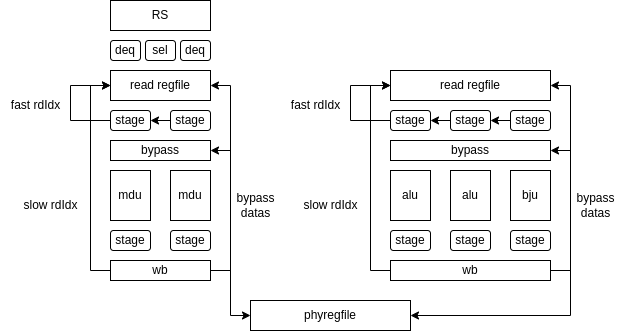
The draw.io diagram doc/issue.drawio.png in tastynoob/aura-core, before a commit. Source tidied: cells renumbered, new cells last; positions are measured from the earlier drawing's top-left corner, leaving out a move shared by most shapes. Source of this version:
```xml
<mxGraphModel>
  <root>
    <mxCell id="0" />
    <mxCell id="1" parent="0" />
    <mxCell id="2" value="alu" style="rounded=0;whiteSpace=wrap;html=1;" parent="1" vertex="1">
      <mxGeometry x="390" y="170" width="40" height="50" as="geometry" />
    </mxCell>
    <mxCell id="3" style="edgeStyle=none;rounded=0;html=1;exitX=0;exitY=0.5;exitDx=0;exitDy=0;entryX=0;entryY=0.5;entryDx=0;entryDy=0;" parent="1" edge="1" source="4" target="20">
      <mxGeometry relative="1" as="geometry">
        <Array as="points">
          <mxPoint x="350" y="120" />
          <mxPoint x="350" y="85" />
        </Array>
      </mxGeometry>
    </mxCell>
    <mxCell id="4" value="stage" style="rounded=1;whiteSpace=wrap;html=1;" parent="1" vertex="1">
      <mxGeometry x="390" y="110" width="40" height="20" as="geometry" />
    </mxCell>
    <mxCell id="5" value="stage" style="rounded=1;whiteSpace=wrap;html=1;" parent="1" vertex="1">
      <mxGeometry x="390" y="230" width="40" height="20" as="geometry" />
    </mxCell>
    <mxCell id="6" value="alu" style="rounded=0;whiteSpace=wrap;html=1;" parent="1" vertex="1">
      <mxGeometry x="450" y="170" width="40" height="50" as="geometry" />
    </mxCell>
    <mxCell id="7" style="edgeStyle=none;rounded=0;html=1;entryX=1;entryY=0.5;entryDx=0;entryDy=0;" parent="1" edge="1" source="8" target="4">
      <mxGeometry relative="1" as="geometry" />
    </mxCell>
    <mxCell id="8" value="stage" style="rounded=1;whiteSpace=wrap;html=1;" parent="1" vertex="1">
      <mxGeometry x="450" y="110" width="40" height="20" as="geometry" />
    </mxCell>
    <mxCell id="9" value="stage" style="rounded=1;whiteSpace=wrap;html=1;" parent="1" vertex="1">
      <mxGeometry x="450" y="230" width="40" height="20" as="geometry" />
    </mxCell>
    <mxCell id="10" value="bypass" style="rounded=0;whiteSpace=wrap;html=1;" parent="1" vertex="1">
      <mxGeometry x="390" y="140" width="160" height="20" as="geometry" />
    </mxCell>
    <mxCell id="11" value="bju" style="rounded=0;whiteSpace=wrap;html=1;" parent="1" vertex="1">
      <mxGeometry x="510" y="170" width="40" height="50" as="geometry" />
    </mxCell>
    <mxCell id="12" style="edgeStyle=none;rounded=0;html=1;entryX=1;entryY=0.5;entryDx=0;entryDy=0;" parent="1" edge="1" source="13" target="8">
      <mxGeometry relative="1" as="geometry" />
    </mxCell>
    <mxCell id="13" value="stage" style="rounded=1;whiteSpace=wrap;html=1;" parent="1" vertex="1">
      <mxGeometry x="510" y="110" width="40" height="20" as="geometry" />
    </mxCell>
    <mxCell id="14" value="stage" style="rounded=1;whiteSpace=wrap;html=1;" parent="1" vertex="1">
      <mxGeometry x="510" y="230" width="40" height="20" as="geometry" />
    </mxCell>
    <mxCell id="15" style="edgeStyle=none;html=1;exitX=1;exitY=0.5;exitDx=0;exitDy=0;entryX=1;entryY=0.5;entryDx=0;entryDy=0;rounded=0;" parent="1" edge="1" source="19" target="10">
      <mxGeometry relative="1" as="geometry">
        <Array as="points">
          <mxPoint x="570" y="270" />
          <mxPoint x="570" y="150" />
        </Array>
      </mxGeometry>
    </mxCell>
    <mxCell id="16" style="edgeStyle=none;rounded=0;html=1;exitX=1;exitY=0.5;exitDx=0;exitDy=0;entryX=1;entryY=0.5;entryDx=0;entryDy=0;" parent="1" edge="1" source="19" target="20">
      <mxGeometry relative="1" as="geometry">
        <Array as="points">
          <mxPoint x="570" y="270" />
          <mxPoint x="570" y="85" />
        </Array>
      </mxGeometry>
    </mxCell>
    <mxCell id="17" style="edgeStyle=none;rounded=0;html=1;exitX=0;exitY=0.5;exitDx=0;exitDy=0;entryX=0;entryY=0.5;entryDx=0;entryDy=0;" parent="1" edge="1" source="19" target="20">
      <mxGeometry relative="1" as="geometry">
        <Array as="points">
          <mxPoint x="370" y="270" />
          <mxPoint x="370" y="85" />
        </Array>
      </mxGeometry>
    </mxCell>
    <mxCell id="18" style="edgeStyle=none;rounded=0;html=1;entryX=1;entryY=0.5;entryDx=0;entryDy=0;exitX=1;exitY=0.5;exitDx=0;exitDy=0;" parent="1" edge="1" source="19" target="42">
      <mxGeometry relative="1" as="geometry">
        <Array as="points">
          <mxPoint x="570" y="270" />
          <mxPoint x="570" y="315" />
        </Array>
      </mxGeometry>
    </mxCell>
    <mxCell id="19" value="wb" style="rounded=0;whiteSpace=wrap;html=1;" parent="1" vertex="1">
      <mxGeometry x="390" y="260" width="160" height="20" as="geometry" />
    </mxCell>
    <mxCell id="20" value="read regfile" style="rounded=0;whiteSpace=wrap;html=1;" parent="1" vertex="1">
      <mxGeometry x="390" y="70" width="160" height="30" as="geometry" />
    </mxCell>
    <mxCell id="21" value="bypass&lt;br&gt;datas" style="text;html=1;align=center;verticalAlign=middle;strokeColor=none;fillColor=none;" parent="1" vertex="1">
      <mxGeometry x="565" y="185" width="60" height="40" as="geometry" />
    </mxCell>
    <mxCell id="22" value="slow rdIdx" style="text;html=1;align=center;verticalAlign=middle;strokeColor=none;fillColor=none;" parent="1" vertex="1">
      <mxGeometry x="290" y="190" width="80" height="30" as="geometry" />
    </mxCell>
    <mxCell id="23" value="fast rdIdx" style="text;html=1;align=center;verticalAlign=middle;strokeColor=none;fillColor=none;" parent="1" vertex="1">
      <mxGeometry x="280" y="90" width="70" height="30" as="geometry" />
    </mxCell>
    <mxCell id="24" value="mdu" style="rounded=0;whiteSpace=wrap;html=1;" parent="1" vertex="1">
      <mxGeometry x="110" y="170" width="40" height="50" as="geometry" />
    </mxCell>
    <mxCell id="25" style="edgeStyle=none;rounded=0;html=1;entryX=0;entryY=0.5;entryDx=0;entryDy=0;exitX=0;exitY=0.5;exitDx=0;exitDy=0;" parent="1" edge="1" source="26" target="38">
      <mxGeometry relative="1" as="geometry">
        <Array as="points">
          <mxPoint x="70" y="120" />
          <mxPoint x="70" y="85" />
        </Array>
      </mxGeometry>
    </mxCell>
    <mxCell id="26" value="stage" style="rounded=1;whiteSpace=wrap;html=1;" parent="1" vertex="1">
      <mxGeometry x="110" y="110" width="40" height="20" as="geometry" />
    </mxCell>
    <mxCell id="27" value="stage" style="rounded=1;whiteSpace=wrap;html=1;" parent="1" vertex="1">
      <mxGeometry x="110" y="230" width="40" height="20" as="geometry" />
    </mxCell>
    <mxCell id="28" value="bypass" style="rounded=0;whiteSpace=wrap;html=1;" parent="1" vertex="1">
      <mxGeometry x="110" y="140" width="100" height="20" as="geometry" />
    </mxCell>
    <mxCell id="29" value="mdu" style="rounded=0;whiteSpace=wrap;html=1;" parent="1" vertex="1">
      <mxGeometry x="170" y="170" width="40" height="50" as="geometry" />
    </mxCell>
    <mxCell id="30" style="edgeStyle=none;rounded=0;html=1;entryX=1;entryY=0.5;entryDx=0;entryDy=0;" parent="1" edge="1" source="31" target="26">
      <mxGeometry relative="1" as="geometry" />
    </mxCell>
    <mxCell id="31" value="stage" style="rounded=1;whiteSpace=wrap;html=1;" parent="1" vertex="1">
      <mxGeometry x="170" y="110" width="40" height="20" as="geometry" />
    </mxCell>
    <mxCell id="32" value="stage" style="rounded=1;whiteSpace=wrap;html=1;" parent="1" vertex="1">
      <mxGeometry x="170" y="230" width="40" height="20" as="geometry" />
    </mxCell>
    <mxCell id="33" style="edgeStyle=none;html=1;exitX=1;exitY=0.5;exitDx=0;exitDy=0;entryX=1;entryY=0.5;entryDx=0;entryDy=0;rounded=0;" parent="1" edge="1" source="37" target="28">
      <mxGeometry relative="1" as="geometry">
        <Array as="points">
          <mxPoint x="230" y="270" />
          <mxPoint x="230" y="150" />
        </Array>
      </mxGeometry>
    </mxCell>
    <mxCell id="34" style="edgeStyle=none;rounded=0;html=1;exitX=1;exitY=0.5;exitDx=0;exitDy=0;entryX=1;entryY=0.5;entryDx=0;entryDy=0;" parent="1" edge="1" source="37" target="38">
      <mxGeometry relative="1" as="geometry">
        <Array as="points">
          <mxPoint x="230" y="270" />
          <mxPoint x="230" y="85" />
        </Array>
      </mxGeometry>
    </mxCell>
    <mxCell id="35" style="edgeStyle=none;rounded=0;html=1;exitX=0;exitY=0.5;exitDx=0;exitDy=0;entryX=0;entryY=0.5;entryDx=0;entryDy=0;" parent="1" edge="1" source="37" target="38">
      <mxGeometry relative="1" as="geometry">
        <Array as="points">
          <mxPoint x="90" y="270" />
          <mxPoint x="90" y="85" />
        </Array>
      </mxGeometry>
    </mxCell>
    <mxCell id="36" style="edgeStyle=none;rounded=0;html=1;entryX=0;entryY=0.5;entryDx=0;entryDy=0;exitX=1;exitY=0.5;exitDx=0;exitDy=0;" parent="1" edge="1" source="37" target="42">
      <mxGeometry relative="1" as="geometry">
        <Array as="points">
          <mxPoint x="230" y="270" />
          <mxPoint x="230" y="315" />
        </Array>
      </mxGeometry>
    </mxCell>
    <mxCell id="37" value="wb" style="rounded=0;whiteSpace=wrap;html=1;" parent="1" vertex="1">
      <mxGeometry x="110" y="260" width="100" height="20" as="geometry" />
    </mxCell>
    <mxCell id="38" value="read regfile" style="rounded=0;whiteSpace=wrap;html=1;" parent="1" vertex="1">
      <mxGeometry x="110" y="70" width="100" height="30" as="geometry" />
    </mxCell>
    <mxCell id="39" value="bypass&lt;br&gt;datas" style="text;html=1;align=center;verticalAlign=middle;strokeColor=none;fillColor=none;" parent="1" vertex="1">
      <mxGeometry x="225" y="185" width="60" height="40" as="geometry" />
    </mxCell>
    <mxCell id="40" value="slow rdIdx" style="text;html=1;align=center;verticalAlign=middle;strokeColor=none;fillColor=none;" parent="1" vertex="1">
      <mxGeometry x="10" y="190" width="80" height="30" as="geometry" />
    </mxCell>
    <mxCell id="41" value="fast rdIdx" style="text;html=1;align=center;verticalAlign=middle;strokeColor=none;fillColor=none;" parent="1" vertex="1">
      <mxGeometry y="90" width="70" height="30" as="geometry" />
    </mxCell>
    <mxCell id="42" value="phyregfile" style="rounded=0;whiteSpace=wrap;html=1;" parent="1" vertex="1">
      <mxGeometry x="250" y="300" width="160" height="30" as="geometry" />
    </mxCell>
    <mxCell id="43" value="deq" style="rounded=1;whiteSpace=wrap;html=1;" parent="1" vertex="1">
      <mxGeometry x="110" y="40" width="30" height="20" as="geometry" />
    </mxCell>
    <mxCell id="44" value="deq" style="rounded=1;whiteSpace=wrap;html=1;" parent="1" vertex="1">
      <mxGeometry x="180" y="40" width="30" height="20" as="geometry" />
    </mxCell>
    <mxCell id="45" value="RS" style="rounded=0;whiteSpace=wrap;html=1;" parent="1" vertex="1">
      <mxGeometry x="110" width="100" height="30" as="geometry" />
    </mxCell>
    <mxCell id="46" value="sel" style="rounded=1;whiteSpace=wrap;html=1;" parent="1" vertex="1">
      <mxGeometry x="145" y="40" width="30" height="20" as="geometry" />
    </mxCell>
  </root>
</mxGraphModel>
```
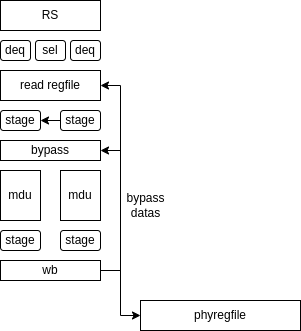
After the commit.

Diff of the diagram source:
```diff
@@ -2,108 +2,9 @@
   <root>
     <mxCell id="0" />
     <mxCell id="1" parent="0" />
-    <mxCell id="2" value="alu" style="rounded=0;whiteSpace=wrap;html=1;" parent="1" vertex="1">
-      <mxGeometry x="390" y="170" width="40" height="50" as="geometry" />
-    </mxCell>
-    <mxCell id="3" style="edgeStyle=none;rounded=0;html=1;exitX=0;exitY=0.5;exitDx=0;exitDy=0;entryX=0;entryY=0.5;entryDx=0;entryDy=0;" parent="1" edge="1" source="4" target="20">
-      <mxGeometry relative="1" as="geometry">
-        <Array as="points">
-          <mxPoint x="350" y="120" />
-          <mxPoint x="350" y="85" />
-        </Array>
-      </mxGeometry>
-    </mxCell>
-    <mxCell id="4" value="stage" style="rounded=1;whiteSpace=wrap;html=1;" parent="1" vertex="1">
-      <mxGeometry x="390" y="110" width="40" height="20" as="geometry" />
-    </mxCell>
-    <mxCell id="5" value="stage" style="rounded=1;whiteSpace=wrap;html=1;" parent="1" vertex="1">
-      <mxGeometry x="390" y="230" width="40" height="20" as="geometry" />
-    </mxCell>
-    <mxCell id="6" value="alu" style="rounded=0;whiteSpace=wrap;html=1;" parent="1" vertex="1">
-      <mxGeometry x="450" y="170" width="40" height="50" as="geometry" />
-    </mxCell>
-    <mxCell id="7" style="edgeStyle=none;rounded=0;html=1;entryX=1;entryY=0.5;entryDx=0;entryDy=0;" parent="1" edge="1" source="8" target="4">
-      <mxGeometry relative="1" as="geometry" />
-    </mxCell>
-    <mxCell id="8" value="stage" style="rounded=1;whiteSpace=wrap;html=1;" parent="1" vertex="1">
-      <mxGeometry x="450" y="110" width="40" height="20" as="geometry" />
-    </mxCell>
-    <mxCell id="9" value="stage" style="rounded=1;whiteSpace=wrap;html=1;" parent="1" vertex="1">
-      <mxGeometry x="450" y="230" width="40" height="20" as="geometry" />
-    </mxCell>
-    <mxCell id="10" value="bypass" style="rounded=0;whiteSpace=wrap;html=1;" parent="1" vertex="1">
-      <mxGeometry x="390" y="140" width="160" height="20" as="geometry" />
-    </mxCell>
-    <mxCell id="11" value="bju" style="rounded=0;whiteSpace=wrap;html=1;" parent="1" vertex="1">
-      <mxGeometry x="510" y="170" width="40" height="50" as="geometry" />
-    </mxCell>
-    <mxCell id="12" style="edgeStyle=none;rounded=0;html=1;entryX=1;entryY=0.5;entryDx=0;entryDy=0;" parent="1" edge="1" source="13" target="8">
-      <mxGeometry relative="1" as="geometry" />
-    </mxCell>
-    <mxCell id="13" value="stage" style="rounded=1;whiteSpace=wrap;html=1;" parent="1" vertex="1">
-      <mxGeometry x="510" y="110" width="40" height="20" as="geometry" />
-    </mxCell>
-    <mxCell id="14" value="stage" style="rounded=1;whiteSpace=wrap;html=1;" parent="1" vertex="1">
-      <mxGeometry x="510" y="230" width="40" height="20" as="geometry" />
-    </mxCell>
-    <mxCell id="15" style="edgeStyle=none;html=1;exitX=1;exitY=0.5;exitDx=0;exitDy=0;entryX=1;entryY=0.5;entryDx=0;entryDy=0;rounded=0;" parent="1" edge="1" source="19" target="10">
-      <mxGeometry relative="1" as="geometry">
-        <Array as="points">
-          <mxPoint x="570" y="270" />
-          <mxPoint x="570" y="150" />
-        </Array>
-      </mxGeometry>
-    </mxCell>
-    <mxCell id="16" style="edgeStyle=none;rounded=0;html=1;exitX=1;exitY=0.5;exitDx=0;exitDy=0;entryX=1;entryY=0.5;entryDx=0;entryDy=0;" parent="1" edge="1" source="19" target="20">
-      <mxGeometry relative="1" as="geometry">
-        <Array as="points">
-          <mxPoint x="570" y="270" />
-          <mxPoint x="570" y="85" />
-        </Array>
-      </mxGeometry>
-    </mxCell>
-    <mxCell id="17" style="edgeStyle=none;rounded=0;html=1;exitX=0;exitY=0.5;exitDx=0;exitDy=0;entryX=0;entryY=0.5;entryDx=0;entryDy=0;" parent="1" edge="1" source="19" target="20">
-      <mxGeometry relative="1" as="geometry">
-        <Array as="points">
-          <mxPoint x="370" y="270" />
-          <mxPoint x="370" y="85" />
-        </Array>
-      </mxGeometry>
-    </mxCell>
-    <mxCell id="18" style="edgeStyle=none;rounded=0;html=1;entryX=1;entryY=0.5;entryDx=0;entryDy=0;exitX=1;exitY=0.5;exitDx=0;exitDy=0;" parent="1" edge="1" source="19" target="42">
-      <mxGeometry relative="1" as="geometry">
-        <Array as="points">
-          <mxPoint x="570" y="270" />
-          <mxPoint x="570" y="315" />
-        </Array>
-      </mxGeometry>
-    </mxCell>
-    <mxCell id="19" value="wb" style="rounded=0;whiteSpace=wrap;html=1;" parent="1" vertex="1">
-      <mxGeometry x="390" y="260" width="160" height="20" as="geometry" />
-    </mxCell>
-    <mxCell id="20" value="read regfile" style="rounded=0;whiteSpace=wrap;html=1;" parent="1" vertex="1">
-      <mxGeometry x="390" y="70" width="160" height="30" as="geometry" />
-    </mxCell>
-    <mxCell id="21" value="bypass&lt;br&gt;datas" style="text;html=1;align=center;verticalAlign=middle;strokeColor=none;fillColor=none;" parent="1" vertex="1">
-      <mxGeometry x="565" y="185" width="60" height="40" as="geometry" />
-    </mxCell>
-    <mxCell id="22" value="slow rdIdx" style="text;html=1;align=center;verticalAlign=middle;strokeColor=none;fillColor=none;" parent="1" vertex="1">
-      <mxGeometry x="290" y="190" width="80" height="30" as="geometry" />
-    </mxCell>
-    <mxCell id="23" value="fast rdIdx" style="text;html=1;align=center;verticalAlign=middle;strokeColor=none;fillColor=none;" parent="1" vertex="1">
-      <mxGeometry x="280" y="90" width="70" height="30" as="geometry" />
-    </mxCell>
     <mxCell id="24" value="mdu" style="rounded=0;whiteSpace=wrap;html=1;" parent="1" vertex="1">
       <mxGeometry x="110" y="170" width="40" height="50" as="geometry" />
     </mxCell>
-    <mxCell id="25" style="edgeStyle=none;rounded=0;html=1;entryX=0;entryY=0.5;entryDx=0;entryDy=0;exitX=0;exitY=0.5;exitDx=0;exitDy=0;" parent="1" edge="1" source="26" target="38">
-      <mxGeometry relative="1" as="geometry">
-        <Array as="points">
-          <mxPoint x="70" y="120" />
-          <mxPoint x="70" y="85" />
-        </Array>
-      </mxGeometry>
-    </mxCell>
     <mxCell id="26" value="stage" style="rounded=1;whiteSpace=wrap;html=1;" parent="1" vertex="1">
       <mxGeometry x="110" y="110" width="40" height="20" as="geometry" />
     </mxCell>
@@ -141,14 +42,6 @@
         </Array>
       </mxGeometry>
     </mxCell>
-    <mxCell id="35" style="edgeStyle=none;rounded=0;html=1;exitX=0;exitY=0.5;exitDx=0;exitDy=0;entryX=0;entryY=0.5;entryDx=0;entryDy=0;" parent="1" edge="1" source="37" target="38">
-      <mxGeometry relative="1" as="geometry">
-        <Array as="points">
-          <mxPoint x="90" y="270" />
-          <mxPoint x="90" y="85" />
-        </Array>
-      </mxGeometry>
-    </mxCell>
     <mxCell id="36" style="edgeStyle=none;rounded=0;html=1;entryX=0;entryY=0.5;entryDx=0;entryDy=0;exitX=1;exitY=0.5;exitDx=0;exitDy=0;" parent="1" edge="1" source="37" target="42">
       <mxGeometry relative="1" as="geometry">
         <Array as="points">
@@ -166,12 +59,6 @@
     <mxCell id="39" value="bypass&lt;br&gt;datas" style="text;html=1;align=center;verticalAlign=middle;strokeColor=none;fillColor=none;" parent="1" vertex="1">
       <mxGeometry x="225" y="185" width="60" height="40" as="geometry" />
     </mxCell>
-    <mxCell id="40" value="slow rdIdx" style="text;html=1;align=center;verticalAlign=middle;strokeColor=none;fillColor=none;" parent="1" vertex="1">
-      <mxGeometry x="10" y="190" width="80" height="30" as="geometry" />
-    </mxCell>
-    <mxCell id="41" value="fast rdIdx" style="text;html=1;align=center;verticalAlign=middle;strokeColor=none;fillColor=none;" parent="1" vertex="1">
-      <mxGeometry y="90" width="70" height="30" as="geometry" />
-    </mxCell>
     <mxCell id="42" value="phyregfile" style="rounded=0;whiteSpace=wrap;html=1;" parent="1" vertex="1">
       <mxGeometry x="250" y="300" width="160" height="30" as="geometry" />
     </mxCell>
```
